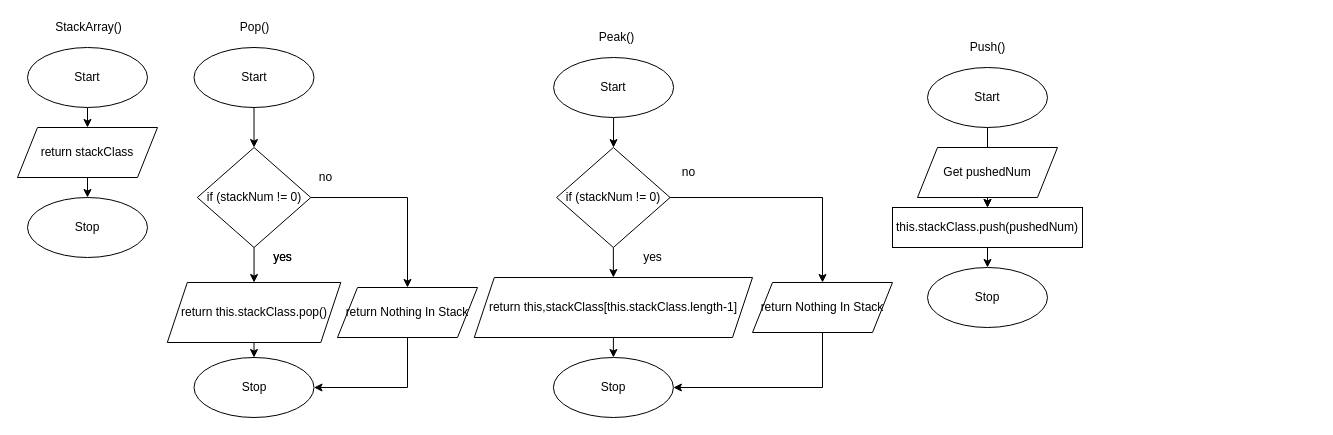
JacksonNaufal/ics4u-unit2-04-typescript keeps this draw.io diagram as Drawio/Flowchart1 copy.drawio. Above is the earlier version. Source tidied: cells renumbered, new cells numbered last; positions are measured from the earlier drawing's top-left corner, leaving out a move shared by most shapes. Both pictures are drawn from the tidied source at 100%, with x=0, y=0 at pixel (17, 17).
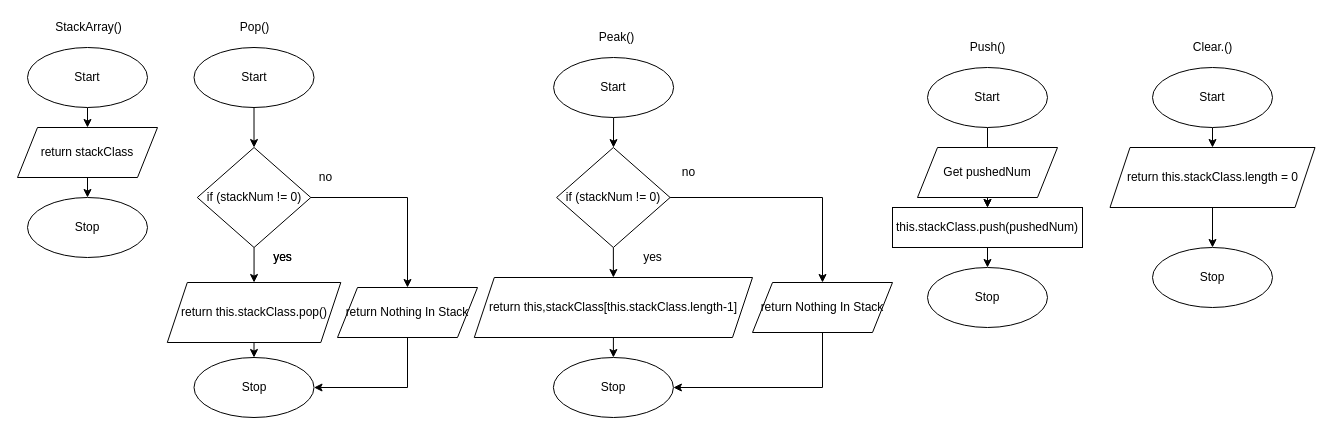
Above is the later version.

The edit, as a diff of the source:
```diff
@@
+    <mxCell id="43" style="edgeStyle=none;html=1;" parent="1" edge="1" source="44" target="46">
+      <mxGeometry relative="1" as="geometry" />
+    </mxCell>
+    <mxCell id="44" value="Start" style="ellipse;whiteSpace=wrap;html=1;" parent="1" vertex="1">
+      <mxGeometry x="1135" y="50" width="120" height="60" as="geometry" />
+    </mxCell>
+    <mxCell id="45" style="edgeStyle=none;html=1;" parent="1" edge="1" source="46" target="47">
+      <mxGeometry relative="1" as="geometry" />
+    </mxCell>
+    <mxCell id="46" value="return this.stackClass.length = 0" style="shape=parallelogram;perimeter=parallelogramPerimeter;whiteSpace=wrap;html=1;fixedSize=1;" parent="1" vertex="1">
+      <mxGeometry x="1092.5" y="130" width="205" height="60" as="geometry" />
+    </mxCell>
+    <mxCell id="47" value="Stop" style="ellipse;whiteSpace=wrap;html=1;" parent="1" vertex="1">
+      <mxGeometry x="1135" y="230" width="120" height="60" as="geometry" />
+    </mxCell>
+    <mxCell id="48" value="Clear.()" style="text;html=1;align=center;verticalAlign=middle;strokeColor=none;fillColor=none;" parent="1" vertex="1">
+      <mxGeometry x="1165" y="20" width="60" height="20" as="geometry" />
+    </mxCell>
```
